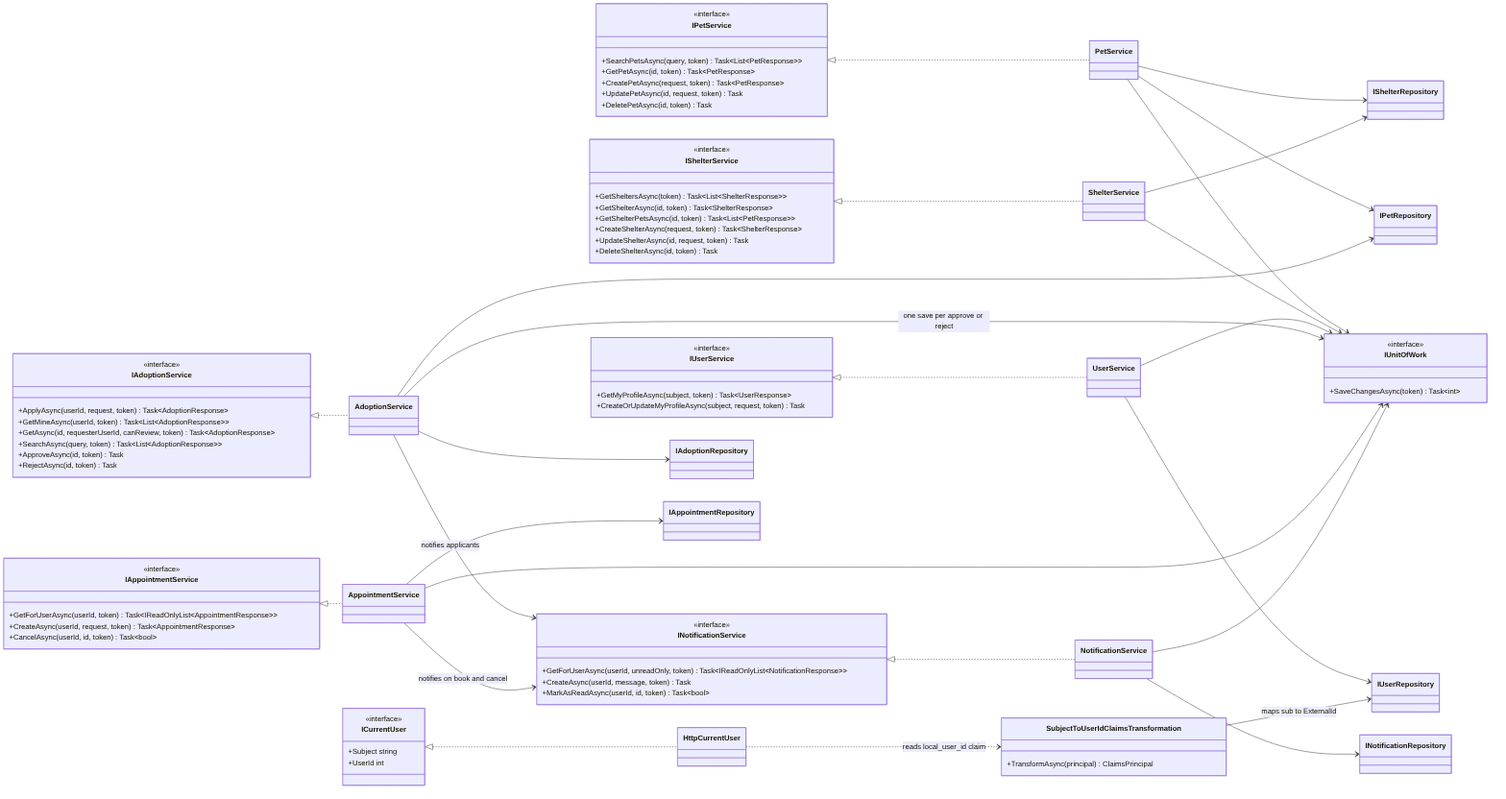
The Mermaid diagram docs/diagrams/services-class-diagram.png in AidinYaseri/Team-5-Web-Programming, before a commit. Its source is kept beside it as docs/diagrams/services-class-diagram.mmd.
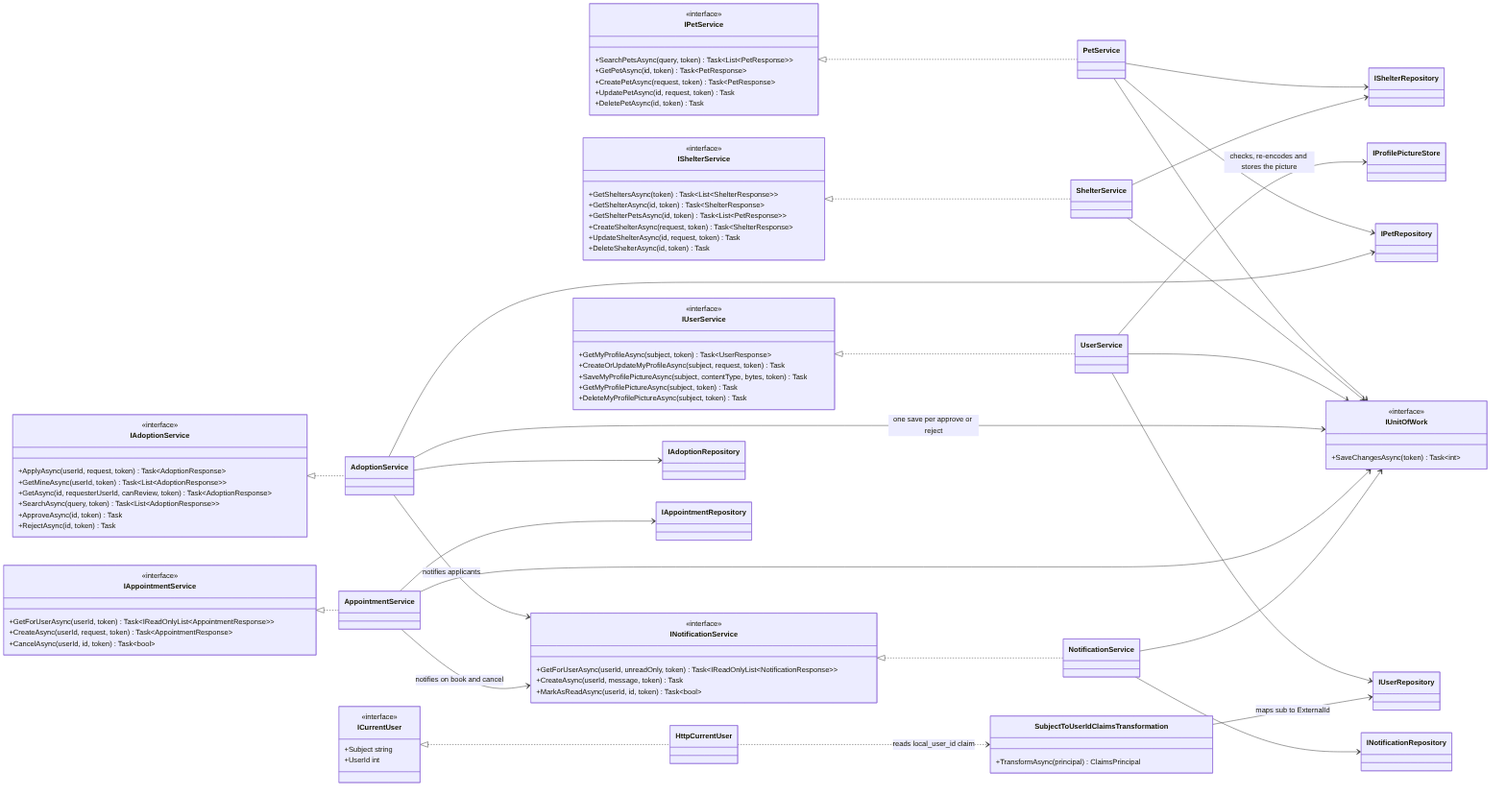
After the commit.

What changed in the source:
```diff
@@ -22,6 +22,9 @@
         <<interface>>
         +GetMyProfileAsync(subject, token) Task~UserResponse~
         +CreateOrUpdateMyProfileAsync(subject, request, token) Task
+        +SaveMyProfilePictureAsync(subject, contentType, bytes, token) Task
+        +GetMyProfilePictureAsync(subject, token) Task
+        +DeleteMyProfilePictureAsync(subject, token) Task
     }
     class IAdoptionService {
         <<interface>>
@@ -69,6 +72,7 @@
     PetService --> IShelterRepository
     ShelterService --> IShelterRepository
     UserService --> IUserRepository
+    UserService --> IProfilePictureStore : checks, re-encodes and stores the picture
     AdoptionService --> IAdoptionRepository
     AdoptionService --> IPetRepository
     AdoptionService --> INotificationService : notifies applicants
```
